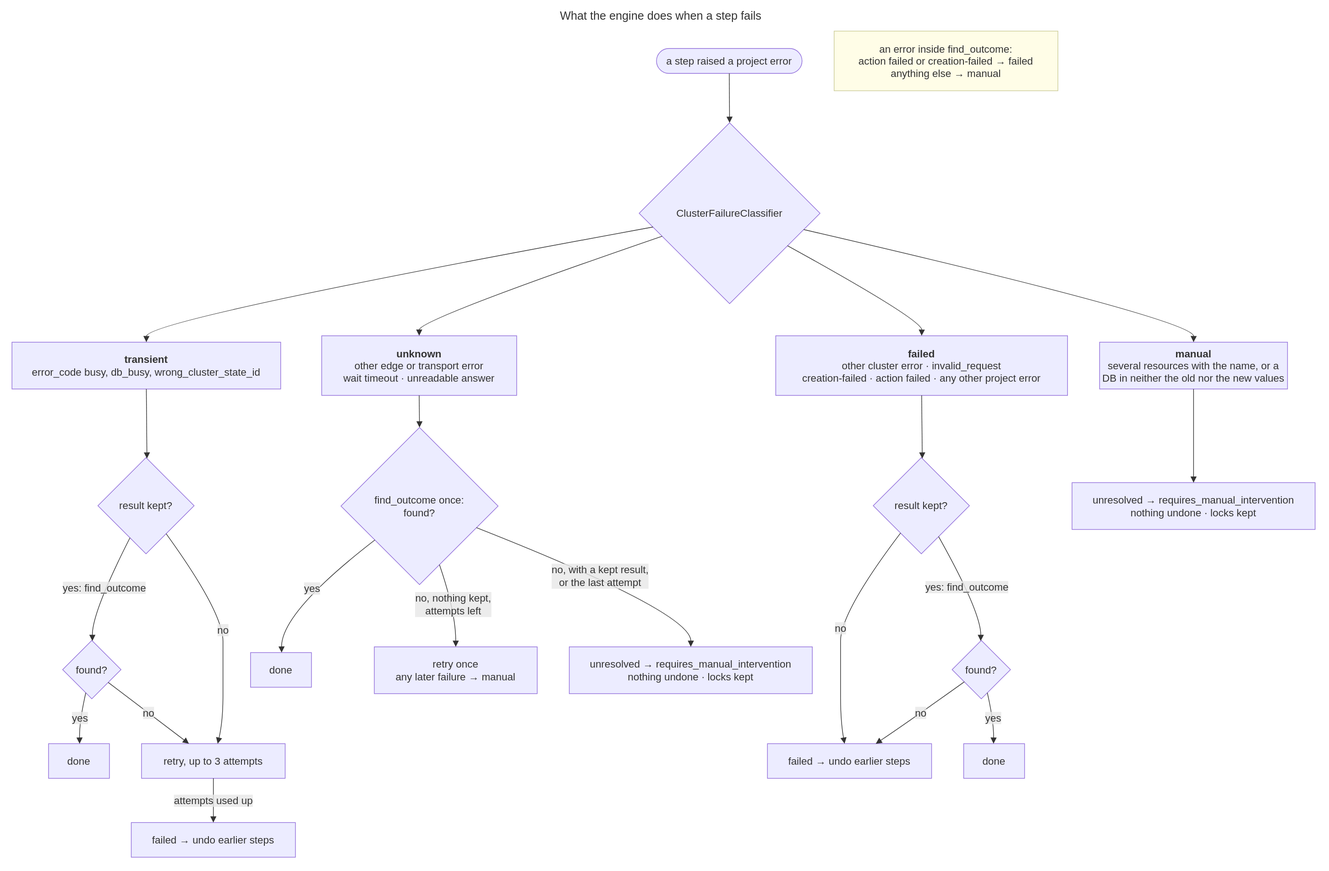
Above: docs/diagrams/14-flow-failure-classification.drawio.svg in EliShteinman/redis-enterprise-services (draw.io), before the change. Source tidied: cells renumbered, new cells last; positions are measured from the earlier drawing's top-left corner, leaving out a move shared by most shapes.
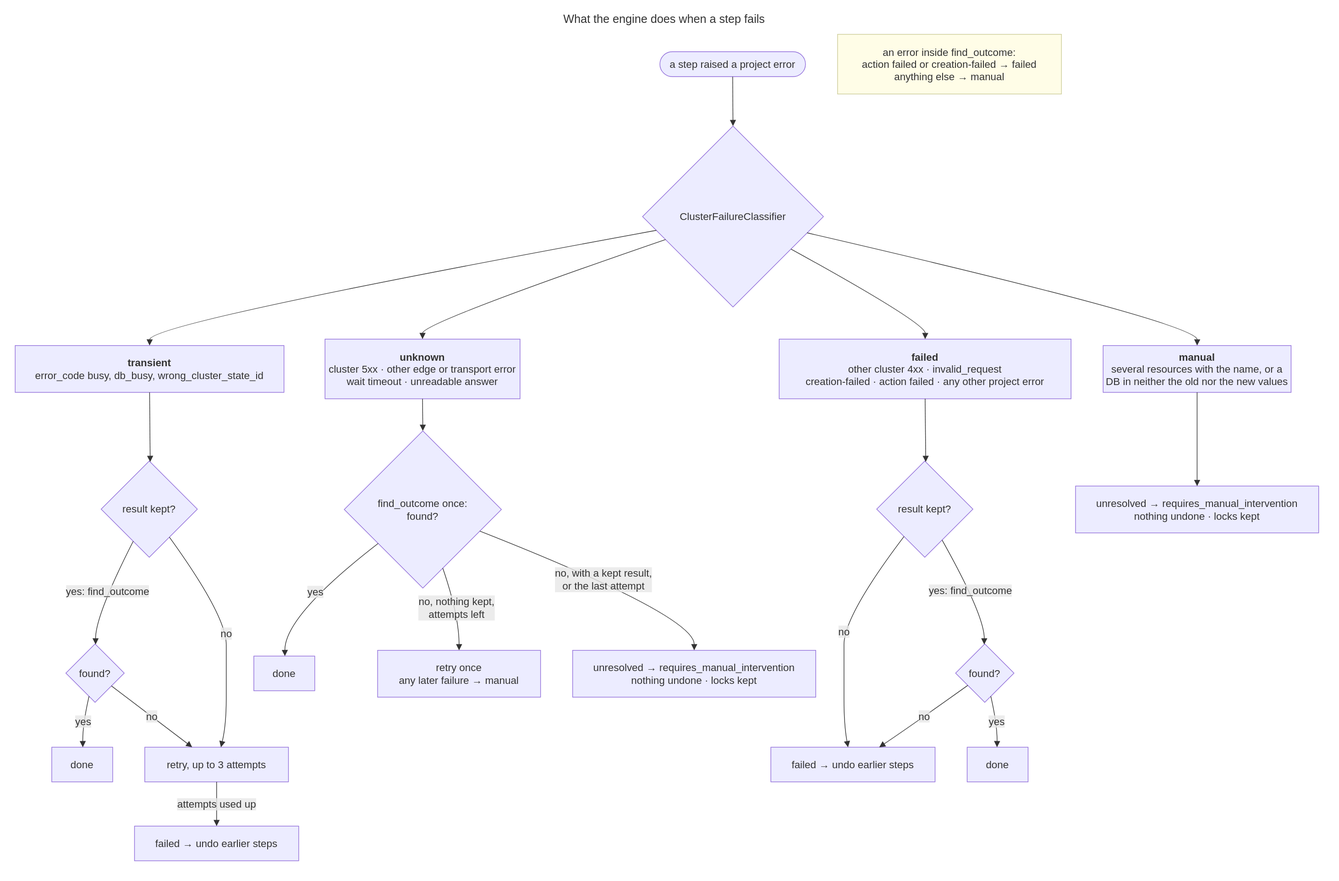
Later version of the same file.

Commit message:
docs(saga): a cluster 5xx on a step is an unknown outcome, not a failure

The cluster may have done the action before answering 5xx, so the engine
checks with find_outcome before deciding.

The edit, as a diff of the source:
```diff
@@ -11,10 +11,10 @@
     <mxCell id="4" value="&lt;b&gt;transient&lt;/b&gt;&#10;error_code busy, db_busy, wrong_cluster_state_id" style="html=1;whiteSpace=wrap;strokeWidth=1;fillColor=light-dark(#ECECFF,#1f2020);strokeColor=light-dark(#9370DB,#cccccc);fontColor=light-dark(#333333,#cccccc);fontFamily=Trebuchet MS,Verdana,Arial,sans-serif;fontSize=16;" parent="1" vertex="1">
       <mxGeometry x="8" y="523" width="419" height="73" as="geometry" />
     </mxCell>
-    <mxCell id="5" value="&lt;b&gt;failed&lt;/b&gt;&#10;other cluster error · invalid_request&#10;creation-failed · action failed · any other project error" style="html=1;whiteSpace=wrap;strokeWidth=1;fillColor=light-dark(#ECECFF,#1f2020);strokeColor=light-dark(#9370DB,#cccccc);fontColor=light-dark(#333333,#cccccc);fontFamily=Trebuchet MS,Verdana,Arial,sans-serif;fontSize=16;" parent="1" vertex="1">
+    <mxCell id="5" value="&lt;b&gt;failed&lt;/b&gt;&#10;other cluster 4xx · invalid_request&#10;creation-failed · action failed · any other project error" style="html=1;whiteSpace=wrap;strokeWidth=1;fillColor=light-dark(#ECECFF,#1f2020);strokeColor=light-dark(#9370DB,#cccccc);fontColor=light-dark(#333333,#cccccc);fontFamily=Trebuchet MS,Verdana,Arial,sans-serif;fontSize=16;" parent="1" vertex="1">
       <mxGeometry x="1199" y="513" width="455" height="93" as="geometry" />
     </mxCell>
-    <mxCell id="6" value="&lt;b&gt;unknown&lt;/b&gt;&#10;other edge or transport error&#10;wait timeout · unreadable answer" style="html=1;whiteSpace=wrap;strokeWidth=1;fillColor=light-dark(#ECECFF,#1f2020);strokeColor=light-dark(#9370DB,#cccccc);fontColor=light-dark(#333333,#cccccc);fontFamily=Trebuchet MS,Verdana,Arial,sans-serif;fontSize=16;" parent="1" vertex="1">
+    <mxCell id="6" value="&lt;b&gt;unknown&lt;/b&gt;&#10;cluster 5xx · other edge or transport error&#10;wait timeout · unreadable answer" style="html=1;whiteSpace=wrap;strokeWidth=1;fillColor=light-dark(#ECECFF,#1f2020);strokeColor=light-dark(#9370DB,#cccccc);fontColor=light-dark(#333333,#cccccc);fontFamily=Trebuchet MS,Verdana,Arial,sans-serif;fontSize=16;" parent="1" vertex="1">
       <mxGeometry x="491" y="513" width="304" height="93" as="geometry" />
     </mxCell>
     <mxCell id="7" value="&lt;b&gt;manual&lt;/b&gt;&#10;several resources with the name, or a DB in neither the old nor the new values" style="html=1;whiteSpace=wrap;strokeWidth=1;fillColor=light-dark(#ECECFF,#1f2020);strokeColor=light-dark(#9370DB,#cccccc);fontColor=light-dark(#333333,#cccccc);fontFamily=Trebuchet MS,Verdana,Arial,sans-serif;fontSize=16;" parent="1" vertex="1">
```
